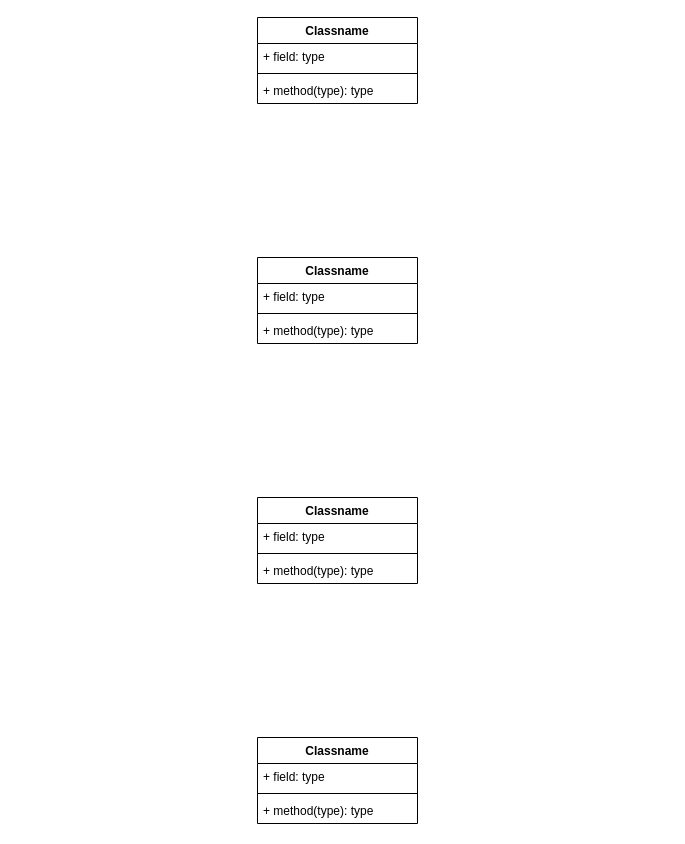
Cole-Hartman/database-UML keeps this draw.io diagram as Many to Many Design HW.drawio. Above is the earlier version. Source tidied: cells renumbered, new cells numbered last; positions are measured from the earlier drawing's top-left corner, leaving out a move shared by most shapes. Both pictures are drawn from the tidied source at 100%, with x=0, y=0 at pixel (257, 17).
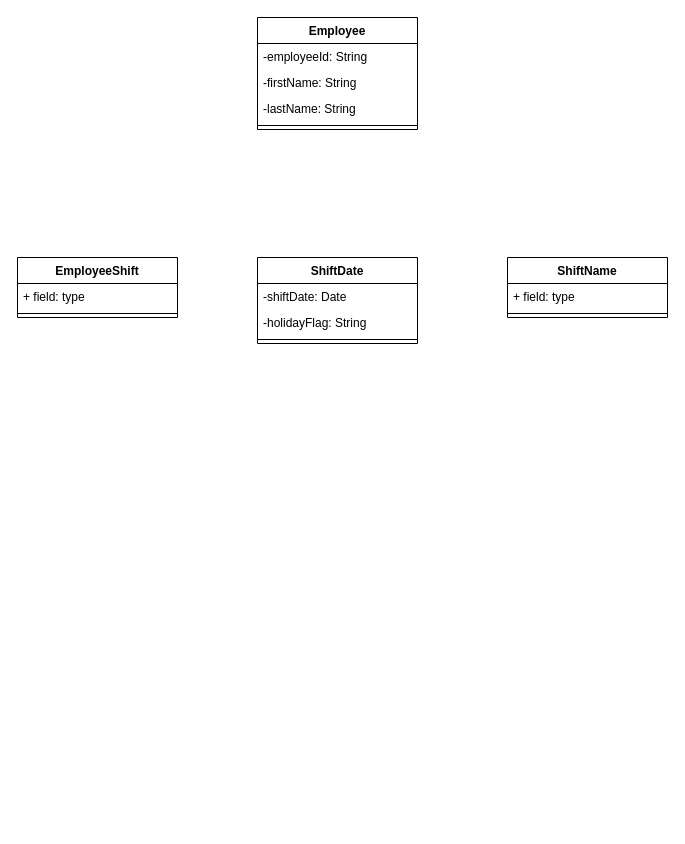
After the change.

Change to the diagram source:
```diff
@@
 <mxGraphModel>
   <root>
     <mxCell id="0" />
     <mxCell id="1" parent="0" />
-    <mxCell id="2" value="Classname" style="swimlane;fontStyle=1;align=center;verticalAlign=top;horizontal=1;startSize=26;whiteSpace=wrap;html=1;" parent="1" vertex="1">
-      <mxGeometry width="160" height="86" as="geometry" />
+    <mxCell id="2" value="Employee" style="swimlane;fontStyle=1;align=center;verticalAlign=top;horizontal=1;startSize=26;whiteSpace=wrap;html=1;" parent="1" vertex="1">
+      <mxGeometry width="160" height="112" as="geometry" />
     </mxCell>
-    <mxCell id="3" value="+ field: type" style="text;strokeColor=none;fillColor=none;align=left;verticalAlign=top;spacingLeft=4;spacingRight=4;overflow=hidden;whiteSpace=wrap;html=1;" parent="2" vertex="1">
+    <mxCell id="3" value="&lt;div&gt;-employeeId: String&lt;/div&gt;&lt;div&gt;&lt;br&gt;&lt;/div&gt;&lt;div&gt;&lt;br&gt;&lt;/div&gt;" style="text;strokeColor=none;fillColor=none;align=left;verticalAlign=top;spacingLeft=4;spacingRight=4;overflow=hidden;whiteSpace=wrap;html=1;" parent="2" vertex="1">
       <mxGeometry y="26" width="160" height="26" as="geometry" />
     </mxCell>
+    <mxCell id="18" value="-firstName: String" style="text;strokeColor=none;fillColor=none;align=left;verticalAlign=top;spacingLeft=4;spacingRight=4;overflow=hidden;whiteSpace=wrap;html=1;" parent="2" vertex="1">
+      <mxGeometry y="52" width="160" height="26" as="geometry" />
+    </mxCell>
+    <mxCell id="19" value="-lastName: String" style="text;strokeColor=none;fillColor=none;align=left;verticalAlign=top;spacingLeft=4;spacingRight=4;overflow=hidden;whiteSpace=wrap;html=1;" parent="2" vertex="1">
+      <mxGeometry y="78" width="160" height="26" as="geometry" />
+    </mxCell>
     <mxCell id="4" style="line;strokeWidth=1;fillColor=none;align=left;verticalAlign=middle;spacingTop=-1;spacingLeft=3;spacingRight=3;labelPosition=right;strokeColor=inherit;" parent="2" vertex="1">
-      <mxGeometry y="52" width="160" height="8" as="geometry" />
+      <mxGeometry y="104" width="160" height="8" as="geometry" />
     </mxCell>
-    <mxCell id="5" value="+ method(type): type" style="text;strokeColor=none;fillColor=none;align=left;verticalAlign=top;spacingLeft=4;spacingRight=4;overflow=hidden;whiteSpace=wrap;html=1;" parent="2" vertex="1">
-      <mxGeometry y="60" width="160" height="26" as="geometry" />
-    </mxCell>
-    <mxCell id="6" value="Classname" style="swimlane;fontStyle=1;align=center;verticalAlign=top;horizontal=1;startSize=26;whiteSpace=wrap;html=1;" parent="1" vertex="1">
+    <mxCell id="6" value="ShiftDate" style="swimlane;fontStyle=1;align=center;verticalAlign=top;horizontal=1;startSize=26;whiteSpace=wrap;html=1;" parent="1" vertex="1">
       <mxGeometry y="240" width="160" height="86" as="geometry" />
     </mxCell>
+    <mxCell id="20" value="-shiftDate: Date" style="text;strokeColor=none;fillColor=none;align=left;verticalAlign=top;spacingLeft=4;spacingRight=4;overflow=hidden;whiteSpace=wrap;html=1;" parent="6" vertex="1">
+      <mxGeometry y="26" width="160" height="26" as="geometry" />
+    </mxCell>
-    <mxCell id="7" value="+ field: type" style="text;strokeColor=none;fillColor=none;align=left;verticalAlign=top;spacingLeft=4;spacingRight=4;overflow=hidden;whiteSpace=wrap;html=1;" parent="6" vertex="1">
-      <mxGeometry y="26" width="160" height="26" as="geometry" />
+    <mxCell id="7" value="-holidayFlag: String" style="text;strokeColor=none;fillColor=none;align=left;verticalAlign=top;spacingLeft=4;spacingRight=4;overflow=hidden;whiteSpace=wrap;html=1;" parent="6" vertex="1">
+      <mxGeometry y="52" width="160" height="26" as="geometry" />
     </mxCell>
     <mxCell id="8" style="line;strokeWidth=1;fillColor=none;align=left;verticalAlign=middle;spacingTop=-1;spacingLeft=3;spacingRight=3;labelPosition=right;strokeColor=inherit;" parent="6" vertex="1">
-      <mxGeometry y="52" width="160" height="8" as="geometry" />
+      <mxGeometry y="78" width="160" height="8" as="geometry" />
     </mxCell>
-    <mxCell id="9" value="+ method(type): type" style="text;strokeColor=none;fillColor=none;align=left;verticalAlign=top;spacingLeft=4;spacingRight=4;overflow=hidden;whiteSpace=wrap;html=1;" parent="6" vertex="1">
-      <mxGeometry y="60" width="160" height="26" as="geometry" />
-    </mxCell>
-    <mxCell id="10" value="Classname" style="swimlane;fontStyle=1;align=center;verticalAlign=top;horizontal=1;startSize=26;whiteSpace=wrap;html=1;" parent="1" vertex="1">
-      <mxGeometry y="480" width="160" height="86" as="geometry" />
+    <mxCell id="10" value="ShiftName" style="swimlane;fontStyle=1;align=center;verticalAlign=top;horizontal=1;startSize=26;whiteSpace=wrap;html=1;" parent="1" vertex="1">
+      <mxGeometry x="250" y="240" width="160" height="60" as="geometry" />
     </mxCell>
     <mxCell id="11" value="+ field: type" style="text;strokeColor=none;fillColor=none;align=left;verticalAlign=top;spacingLeft=4;spacingRight=4;overflow=hidden;whiteSpace=wrap;html=1;" parent="10" vertex="1">
       <mxGeometry y="26" width="160" height="26" as="geometry" />
     </mxCell>
     <mxCell id="12" style="line;strokeWidth=1;fillColor=none;align=left;verticalAlign=middle;spacingTop=-1;spacingLeft=3;spacingRight=3;labelPosition=right;strokeColor=inherit;" parent="10" vertex="1">
       <mxGeometry y="52" width="160" height="8" as="geometry" />
     </mxCell>
-    <mxCell id="13" value="+ method(type): type" style="text;strokeColor=none;fillColor=none;align=left;verticalAlign=top;spacingLeft=4;spacingRight=4;overflow=hidden;whiteSpace=wrap;html=1;" parent="10" vertex="1">
-      <mxGeometry y="60" width="160" height="26" as="geometry" />
-    </mxCell>
-    <mxCell id="14" value="Classname" style="swimlane;fontStyle=1;align=center;verticalAlign=top;horizontal=1;startSize=26;whiteSpace=wrap;html=1;" parent="1" vertex="1">
-      <mxGeometry y="720" width="160" height="86" as="geometry" />
+    <mxCell id="14" value="EmployeeShift" style="swimlane;fontStyle=1;align=center;verticalAlign=top;horizontal=1;startSize=26;whiteSpace=wrap;html=1;" parent="1" vertex="1">
+      <mxGeometry x="-240" y="240" width="160" height="60" as="geometry" />
     </mxCell>
     <mxCell id="15" value="+ field: type" style="text;strokeColor=none;fillColor=none;align=left;verticalAlign=top;spacingLeft=4;spacingRight=4;overflow=hidden;whiteSpace=wrap;html=1;" parent="14" vertex="1">
       <mxGeometry y="26" width="160" height="26" as="geometry" />
     </mxCell>
     <mxCell id="16" style="line;strokeWidth=1;fillColor=none;align=left;verticalAlign=middle;spacingTop=-1;spacingLeft=3;spacingRight=3;labelPosition=right;strokeColor=inherit;" parent="14" vertex="1">
       <mxGeometry y="52" width="160" height="8" as="geometry" />
     </mxCell>
-    <mxCell id="17" value="+ method(type): type" style="text;strokeColor=none;fillColor=none;align=left;verticalAlign=top;spacingLeft=4;spacingRight=4;overflow=hidden;whiteSpace=wrap;html=1;" parent="14" vertex="1">
-      <mxGeometry y="60" width="160" height="26" as="geometry" />
-    </mxCell>
   </root>
 </mxGraphModel>
```
